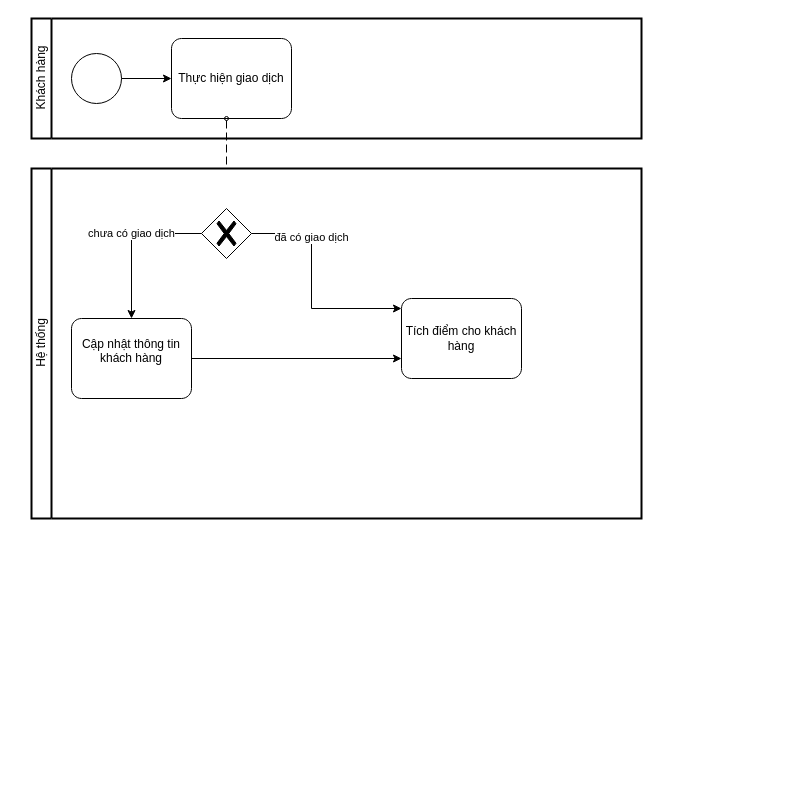
This is Loyalty.drawio from ducthai23082001/PhanTichVaThietKeHeThong, a draw.io file, before an edit. Source tidied: cells renumbered, new cells numbered last; positions are measured from the earlier drawing's top-left corner, leaving out a move shared by most shapes. Both pictures are drawn from the tidied source at 100%, with x=0, y=0 at pixel (31, 18).
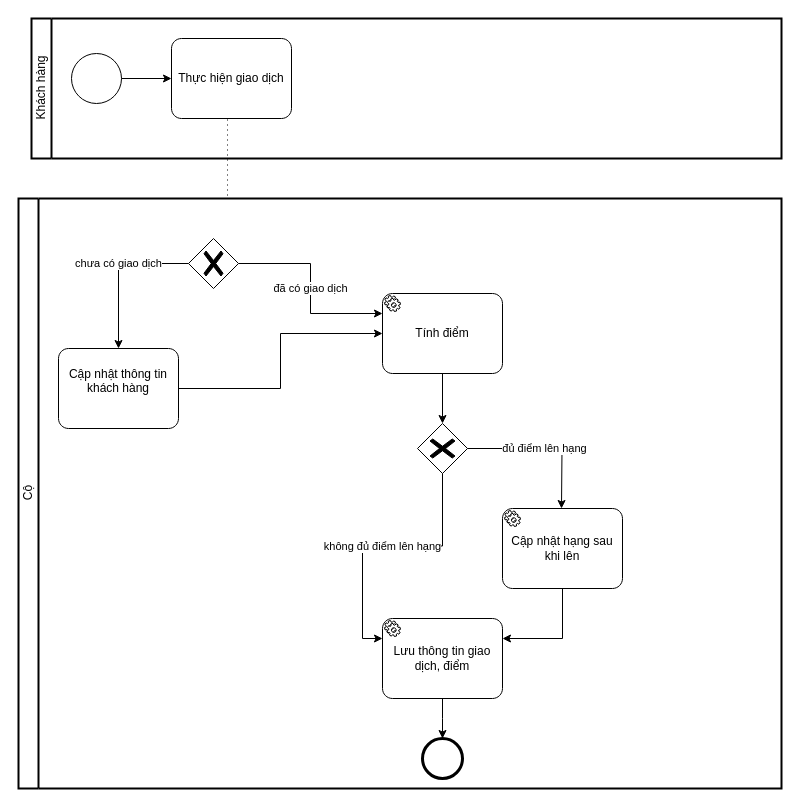
Above is the later version.

The change refers to these unchanged cells:
```xml
<mxCell id="8" style="points=[[0.25,0.25,0],[0.5,0,0],[0.75,0.25,0],[1,0.5,0],[0.75,0.75,0],[0.5,1,0],[0.25,0.75,0],[0,0.5,0]];shape=mxgraph.bpmn.gateway2;html=1;verticalLabelPosition=bottom;labelBackgroundColor=#ffffff;verticalAlign=top;align=center;perimeter=rhombusPerimeter;outlineConnect=0;outline=none;symbol=none;gwType=exclusive;" parent="7" vertex="1">
  <mxGeometry x="170" y="40" width="50" height="50" as="geometry" />
</mxCell>
<mxCell id="10" value="Cập nhật thông tin khách hàng&#10;" style="points=[[0.25,0,0],[0.5,0,0],[0.75,0,0],[1,0.25,0],[1,0.5,0],[1,0.75,0],[0.75,1,0],[0.5,1,0],[0.25,1,0],[0,0.75,0],[0,0.5,0],[0,0.25,0]];shape=mxgraph.bpmn.task;whiteSpace=wrap;rectStyle=rounded;size=10;taskMarker=abstract;rounded=0;" parent="7" vertex="1">
  <mxGeometry x="40" y="150" width="120" height="80" as="geometry" />
</mxCell>
```

Change to the diagram source:
```diff
@@
     <mxCell id="2" value="Khách hàng&lt;br&gt;" style="swimlane;html=1;startSize=20;fontStyle=0;horizontal=0;swimlaneLine=1;swimlaneFillColor=#ffffff;strokeWidth=2;" parent="1" vertex="1">
-      <mxGeometry width="610" height="120" as="geometry" />
+      <mxGeometry width="750" height="140" as="geometry" />
     </mxCell>
@@
-    <mxCell id="6" style="dashed=1;dashPattern=8 4;endArrow=blockThin;endFill=1;startArrow=oval;startFill=0;endSize=6;startSize=4;rounded=0;jumpStyle=none;shadow=0;" parent="2" edge="1" target="8">
-      <mxGeometry relative="1" as="geometry">
-        <mxPoint x="195" y="100" as="sourcePoint" />
-        <Array as="points">
-          <mxPoint x="195" y="100" />
-        </Array>
-      </mxGeometry>
-    </mxCell>
+    <mxCell id="14" style="edgeStyle=elbowEdgeStyle;fontSize=12;html=1;endFill=0;startFill=0;endSize=6;startSize=6;dashed=1;dashPattern=1 4;endArrow=openThin;startArrow=none;rounded=0;shadow=0;jumpStyle=none;entryX=0.5;entryY=0;entryDx=0;entryDy=0;entryPerimeter=0;" parent="2" edge="1" target="8">
+      <mxGeometry relative="1" as="geometry">
+        <mxPoint x="210" y="100" as="sourcePoint" />
+      </mxGeometry>
+    </mxCell>
-    <mxCell id="7" value="Hệ thống&lt;br&gt;" style="swimlane;html=1;startSize=20;fontStyle=0;horizontal=0;swimlaneLine=1;swimlaneFillColor=#ffffff;strokeWidth=2;rounded=0;" parent="1" vertex="1">
-      <mxGeometry y="150" width="610" height="350" as="geometry" />
+    <mxCell id="7" value="Cộ" style="swimlane;html=1;startSize=20;fontStyle=0;horizontal=0;swimlaneLine=1;swimlaneFillColor=#ffffff;strokeWidth=2;rounded=0;" parent="1" vertex="1">
+      <mxGeometry x="-13" y="180" width="763" height="590" as="geometry" />
     </mxCell>
+    <mxCell id="13" value="đã có giao dịch" style="edgeStyle=orthogonalEdgeStyle;rounded=0;jumpStyle=none;jettySize=auto;html=1;entryX=0;entryY=0.25;entryDx=0;entryDy=0;entryPerimeter=0;shadow=0;" parent="7" edge="1" source="8" target="17">
+      <mxGeometry relative="1" as="geometry" />
+    </mxCell>
@@
-    <mxCell id="9" style="edgeStyle=orthogonalEdgeStyle;rounded=0;jumpStyle=none;jettySize=auto;html=1;entryX=0;entryY=0.75;entryDx=0;entryDy=0;entryPerimeter=0;shadow=0;" parent="7" edge="1" source="10" target="12">
-      <mxGeometry relative="1" as="geometry" />
-    </mxCell>
+    <mxCell id="15" style="edgeStyle=orthogonalEdgeStyle;rounded=0;jumpStyle=none;jettySize=auto;html=1;entryX=0;entryY=0.5;entryDx=0;entryDy=0;entryPerimeter=0;shadow=0;" parent="7" edge="1" source="10" target="17">
+      <mxGeometry relative="1" as="geometry" />
+    </mxCell>
@@
-    <mxCell id="12" value="Tích điểm cho khách hàng" style="points=[[0.25,0,0],[0.5,0,0],[0.75,0,0],[1,0.25,0],[1,0.5,0],[1,0.75,0],[0.75,1,0],[0.5,1,0],[0.25,1,0],[0,0.75,0],[0,0.5,0],[0,0.25,0]];shape=mxgraph.bpmn.task;whiteSpace=wrap;rectStyle=rounded;size=10;taskMarker=abstract;rounded=0;" parent="7" vertex="1">
-      <mxGeometry x="370" y="130" width="120" height="80" as="geometry" />
-    </mxCell>
-    <mxCell id="13" value="đã có giao dịch&lt;br&gt;" style="edgeStyle=orthogonalEdgeStyle;rounded=0;jumpStyle=none;jettySize=auto;html=1;" parent="7" edge="1" source="8" target="12">
-      <mxGeometry x="-0.43" relative="1" as="geometry">
-        <Array as="points">
-          <mxPoint x="280" y="65" />
-          <mxPoint x="280" y="140" />
-        </Array>
-      </mxGeometry>
-    </mxCell>
+    <mxCell id="16" style="edgeStyle=orthogonalEdgeStyle;rounded=0;jumpStyle=none;jettySize=auto;html=1;shadow=0;entryX=0;entryY=0.5;entryDx=0;entryDy=0;entryPerimeter=0;" parent="7" edge="1" source="17" target="18">
+      <mxGeometry relative="1" as="geometry" />
+    </mxCell>
+    <mxCell id="17" value="Tính điểm" style="points=[[0.25,0,0],[0.5,0,0],[0.75,0,0],[1,0.25,0],[1,0.5,0],[1,0.75,0],[0.75,1,0],[0.5,1,0],[0.25,1,0],[0,0.75,0],[0,0.5,0],[0,0.25,0]];shape=mxgraph.bpmn.task;whiteSpace=wrap;rectStyle=rounded;size=10;taskMarker=service;rounded=0;" parent="7" vertex="1">
+      <mxGeometry x="364" y="95" width="120" height="80" as="geometry" />
+    </mxCell>
+    <mxCell id="18" style="points=[[0.25,0.25,0],[0.5,0,0],[0.75,0.25,0],[1,0.5,0],[0.75,0.75,0],[0.5,1,0],[0.25,0.75,0],[0,0.5,0]];shape=mxgraph.bpmn.gateway2;html=1;verticalLabelPosition=bottom;labelBackgroundColor=#ffffff;verticalAlign=top;align=center;perimeter=rhombusPerimeter;outlineConnect=0;outline=none;symbol=none;gwType=exclusive;rounded=0;direction=south;" parent="7" vertex="1">
+      <mxGeometry x="399" y="225" width="50" height="50" as="geometry" />
+    </mxCell>
+    <mxCell id="19" style="edgeStyle=orthogonalEdgeStyle;rounded=0;jumpStyle=none;jettySize=auto;html=1;entryX=1;entryY=0.25;entryDx=0;entryDy=0;entryPerimeter=0;shadow=0;" parent="7" edge="1" source="20" target="21">
+      <mxGeometry relative="1" as="geometry" />
+    </mxCell>
+    <mxCell id="20" value="Cập nhật hạng sau khi lên" style="points=[[0.25,0,0],[0.5,0,0],[0.75,0,0],[1,0.25,0],[1,0.5,0],[1,0.75,0],[0.75,1,0],[0.5,1,0],[0.25,1,0],[0,0.75,0],[0,0.5,0],[0,0.25,0]];shape=mxgraph.bpmn.task;whiteSpace=wrap;rectStyle=rounded;size=10;taskMarker=service;rounded=0;" parent="7" vertex="1">
+      <mxGeometry x="484" y="310" width="120" height="80" as="geometry" />
+    </mxCell>
+    <mxCell id="21" value="Lưu thông tin giao dịch, điểm" style="points=[[0.25,0,0],[0.5,0,0],[0.75,0,0],[1,0.25,0],[1,0.5,0],[1,0.75,0],[0.75,1,0],[0.5,1,0],[0.25,1,0],[0,0.75,0],[0,0.5,0],[0,0.25,0]];shape=mxgraph.bpmn.task;whiteSpace=wrap;rectStyle=rounded;size=10;taskMarker=service;rounded=0;" parent="7" vertex="1">
+      <mxGeometry x="364" y="420" width="120" height="80" as="geometry" />
+    </mxCell>
+    <mxCell id="22" value="không đủ điểm lên hạng" style="edgeStyle=orthogonalEdgeStyle;rounded=0;jumpStyle=none;jettySize=auto;html=1;shadow=0;entryX=0;entryY=0.25;entryDx=0;entryDy=0;entryPerimeter=0;" parent="7" edge="1" source="18" target="21">
+      <mxGeometry relative="1" as="geometry" />
+    </mxCell>
+    <mxCell id="23" style="shape=mxgraph.bpmn.event;html=1;verticalLabelPosition=bottom;labelBackgroundColor=#ffffff;verticalAlign=top;align=center;perimeter=ellipsePerimeter;outline=end;symbol=terminate2;rounded=0;" parent="7" vertex="1">
+      <mxGeometry x="404" y="540" width="40" height="40" as="geometry" />
+    </mxCell>
+    <mxCell id="24" value="đủ điểm lên hạng" style="edgeStyle=orthogonalEdgeStyle;rounded=0;jumpStyle=none;jettySize=auto;html=1;shadow=0;" parent="1" edge="1" source="18">
+      <mxGeometry relative="1" as="geometry">
+        <mxPoint x="530" y="490" as="targetPoint" />
+      </mxGeometry>
+    </mxCell>
+    <mxCell id="25" style="edgeStyle=orthogonalEdgeStyle;rounded=0;jumpStyle=none;jettySize=auto;html=1;shadow=0;" parent="1" edge="1" source="21">
+      <mxGeometry relative="1" as="geometry">
+        <mxPoint x="411" y="720" as="targetPoint" />
+      </mxGeometry>
+    </mxCell>
```
